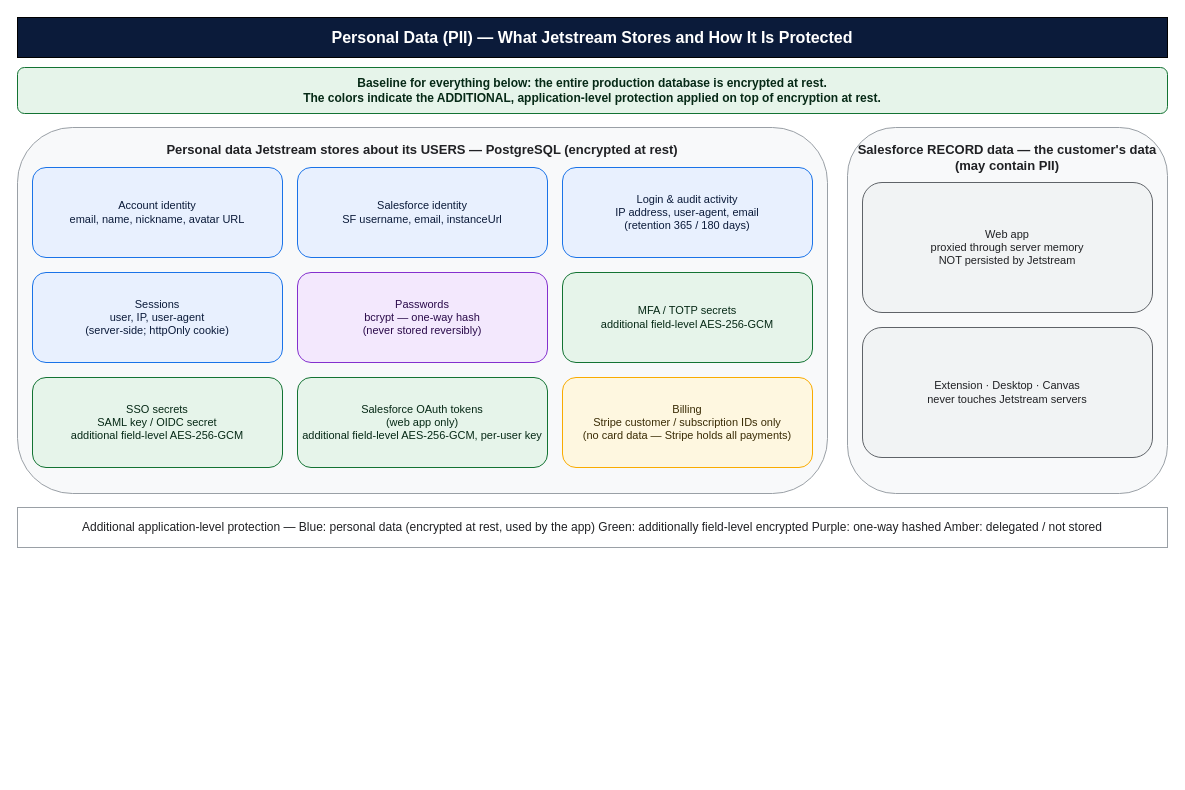
Before: docs/security/data-flow-diagrams/02-pii-data-classification.drawio in jetstreamapp/jetstream, a draw.io diagram. Source tidied: cells renumbered, new cells numbered last; positions are measured from the earlier drawing's top-left corner, leaving out a move shared by most shapes. Both pictures are drawn from the tidied source at 100%, with x=0, y=0 at pixel (17, 17).
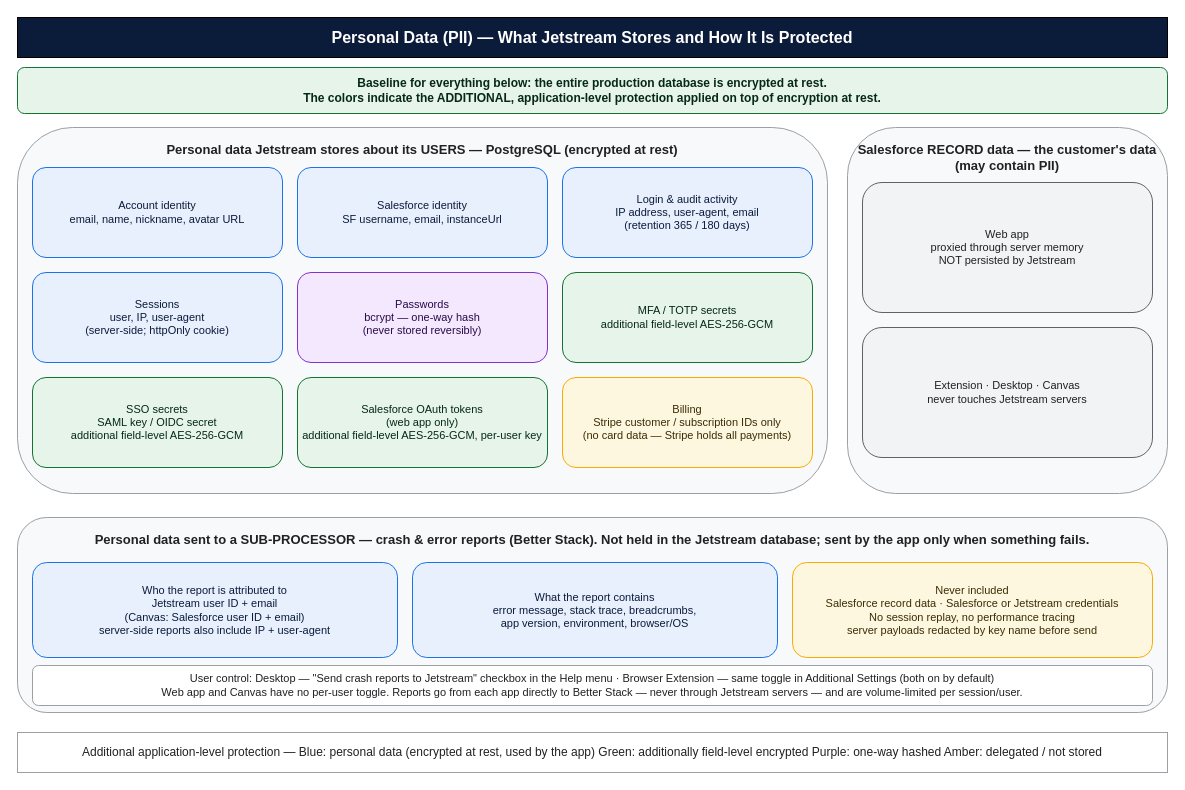
Above is the later version.

What changed in the source:
```diff
@@
+    <mxCell id="18" value="Personal data sent to a SUB-PROCESSOR — crash &amp; error reports (Better Stack). Not held in the Jetstream database; sent by the app only when something fails." style="rounded=1;whiteSpace=wrap;html=1;fillColor=#f8f9fa;strokeColor=#9aa0a6;fontColor=#202124;fontStyle=1;fontSize=13;align=center;verticalAlign=top;spacingTop=8;" parent="1" vertex="1">
+      <mxGeometry y="500" width="1150" height="195" as="geometry" />
+    </mxCell>
+    <mxCell id="19" value="Who the report is attributed to&#10;Jetstream user ID + email&#10;(Canvas: Salesforce user ID + email)&#10;server-side reports also include IP + user-agent" style="rounded=1;whiteSpace=wrap;html=1;fillColor=#e8f0fe;strokeColor=#1a73e8;fontColor=#0b1b3a;fontSize=11;align=center;verticalAlign=middle;" parent="1" vertex="1">
+      <mxGeometry x="15" y="545" width="365" height="95" as="geometry" />
+    </mxCell>
+    <mxCell id="20" value="What the report contains&#10;error message, stack trace, breadcrumbs,&#10;app version, environment, browser/OS" style="rounded=1;whiteSpace=wrap;html=1;fillColor=#e8f0fe;strokeColor=#1a73e8;fontColor=#0b1b3a;fontSize=11;align=center;verticalAlign=middle;" parent="1" vertex="1">
+      <mxGeometry x="395" y="545" width="365" height="95" as="geometry" />
+    </mxCell>
+    <mxCell id="21" value="Never included&#10;Salesforce record data · Salesforce or Jetstream credentials&#10;No session replay, no performance tracing&#10;server payloads redacted by key name before send" style="rounded=1;whiteSpace=wrap;html=1;fillColor=#fef7e0;strokeColor=#f9ab00;fontColor=#3a2c05;fontSize=11;align=center;verticalAlign=middle;" parent="1" vertex="1">
+      <mxGeometry x="775" y="545" width="360" height="95" as="geometry" />
+    </mxCell>
+    <mxCell id="22" value="User control:  Desktop — &quot;Send crash reports to Jetstream&quot; checkbox in the Help menu  ·  Browser Extension — same toggle in Additional Settings  (both on by default)&#10;Web app and Canvas have no per-user toggle. Reports go from each app directly to Better Stack — never through Jetstream servers — and are volume-limited per session/user." style="rounded=1;whiteSpace=wrap;html=1;fillColor=#ffffff;strokeColor=#9aa0a6;fontColor=#202124;fontSize=11;align=center;verticalAlign=middle;" parent="1" vertex="1">
+      <mxGeometry x="15" y="648" width="1120" height="40" as="geometry" />
+    </mxCell>
     <mxCell id="17" value="Additional application-level protection —   Blue: personal data (encrypted at rest, used by the app)      Green: additionally field-level encrypted      Purple: one-way hashed      Amber: delegated / not stored" style="rounded=0;whiteSpace=wrap;html=1;fillColor=#ffffff;strokeColor=#9aa0a6;fontColor=#202124;fontSize=12;align=center;verticalAlign=middle;" parent="1" vertex="1">
-      <mxGeometry y="490" width="1150" height="40" as="geometry" />
+      <mxGeometry y="715" width="1150" height="40" as="geometry" />
     </mxCell>
```
